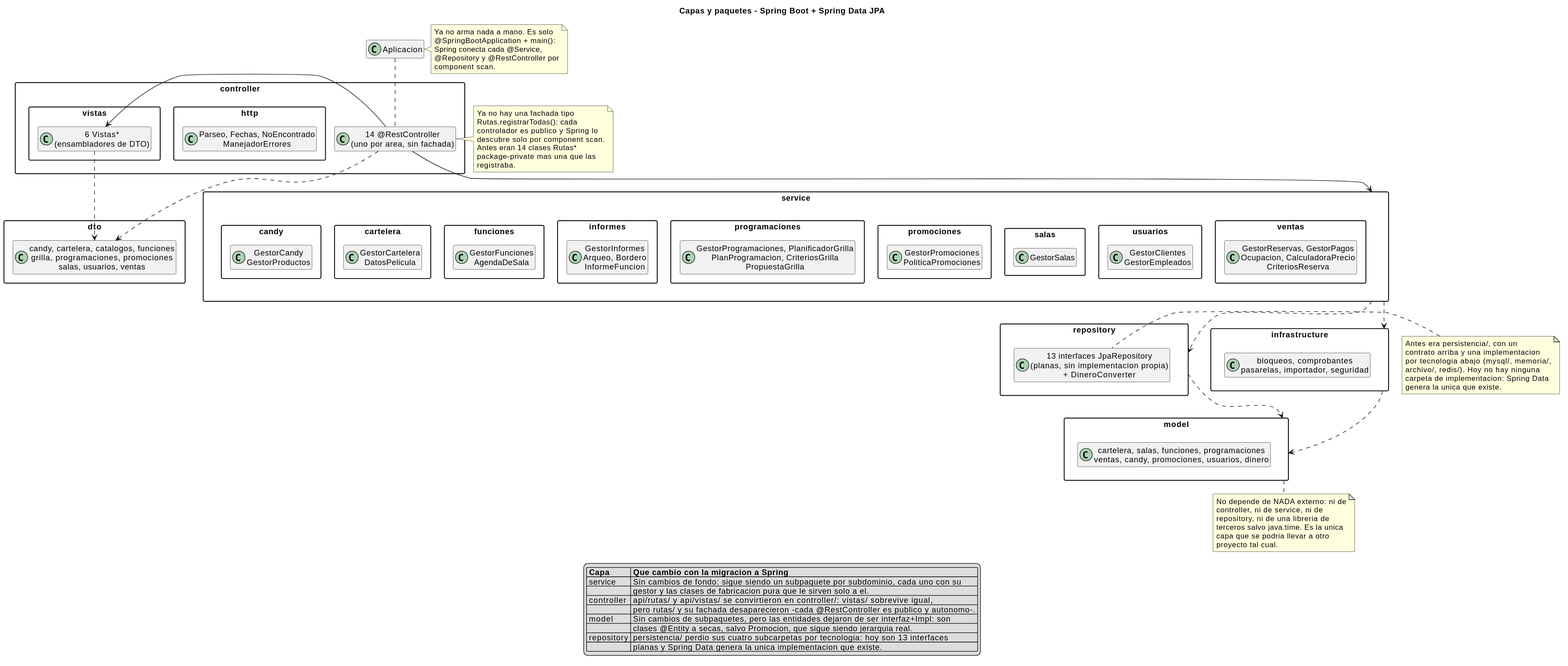
This is cine-backend/docs/diagramas/capas.svg from andreiveisuade/cine-uade, a PlantUML export, as it was before one commit.
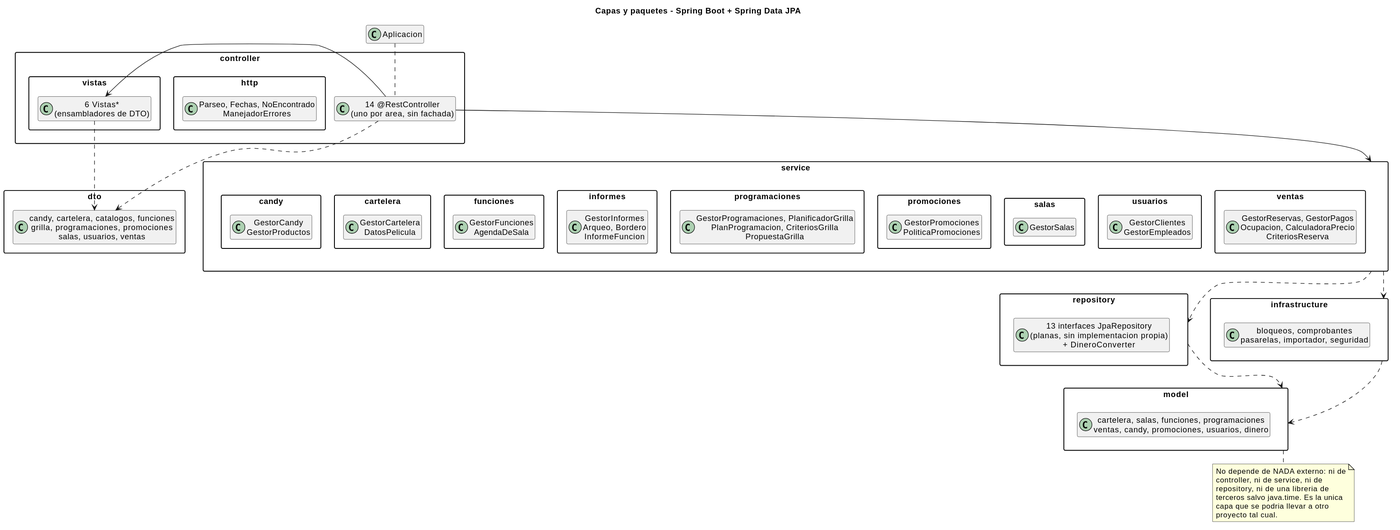
After the change.

The edit, as a diff of the source:
```diff
@@ -6,7 +6,6 @@
 skinparam nodesep 12
 skinparam ranksep 40
 hide members
-
 
 package controller {
   package vistas {
@@ -85,44 +84,5 @@
   proyecto tal cual.
 end note
 
-note left of Controllers
-  Ya no hay una fachada tipo
-  Rutas.registrarTodas(): cada
-  controlador es publico y Spring lo
-  descubre solo por component scan.
-  Antes eran 14 clases Rutas*
-  package-private mas una que las
-  registraba.
-end note
-
-note left of Repos
-  Antes era persistencia/, con un
-  contrato arriba y una implementacion
-  por tecnologia abajo (mysql/, memoria/,
-  archivo/, redis/). Hoy no hay ninguna
-  carpeta de implementacion: Spring Data
-  genera la unica que existe.
-end note
-
-note right of Aplicacion
-  Ya no arma nada a mano. Es solo
-  @SpringBootApplication + main():
-  Spring conecta cada @Service,
-  @Repository y @RestController por
-  component scan.
-end note
-
 Aplicacion .. Controllers
-
-legend bottom
-  |= Capa |= Que cambio con la migracion a Spring |
-  | service | Sin cambios de fondo: sigue siendo un subpaquete por subdominio, cada uno con su |
-  |  | gestor y las clases de fabricacion pura que le sirven solo a el. |
-  | controller | api/rutas/ y api/vistas/ se convirtieron en controller/: vistas/ sobrevive igual, |
-  |  | pero rutas/ y su fachada desaparecieron -cada @RestController es publico y autonomo-. |
-  | model | Sin cambios de subpaquetes, pero las entidades dejaron de ser interfaz+Impl: son |
-  |  | clases @Entity a secas, salvo Promocion, que sigue siendo jerarquia real. |
-  | repository | persistencia/ perdio sus cuatro subcarpetas por tecnologia: hoy son 13 interfaces |
-  |  | planas y Spring Data genera la unica implementacion que existe. |
-endlegend
 @enduml
```
